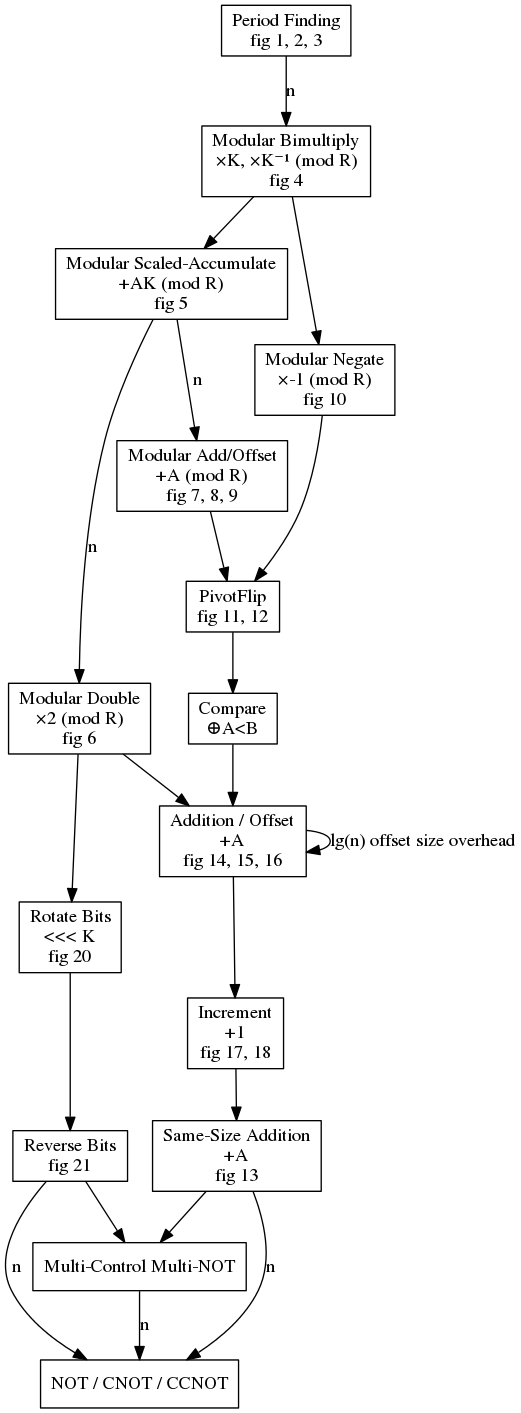
Strilanc/PaperImpl-2017-DirtyPeriodFinding keeps this Graphviz diagram as doc/assets/dependencies.png. Above is the earlier version. Its source is kept beside it as doc/assets/dependencies.gv.
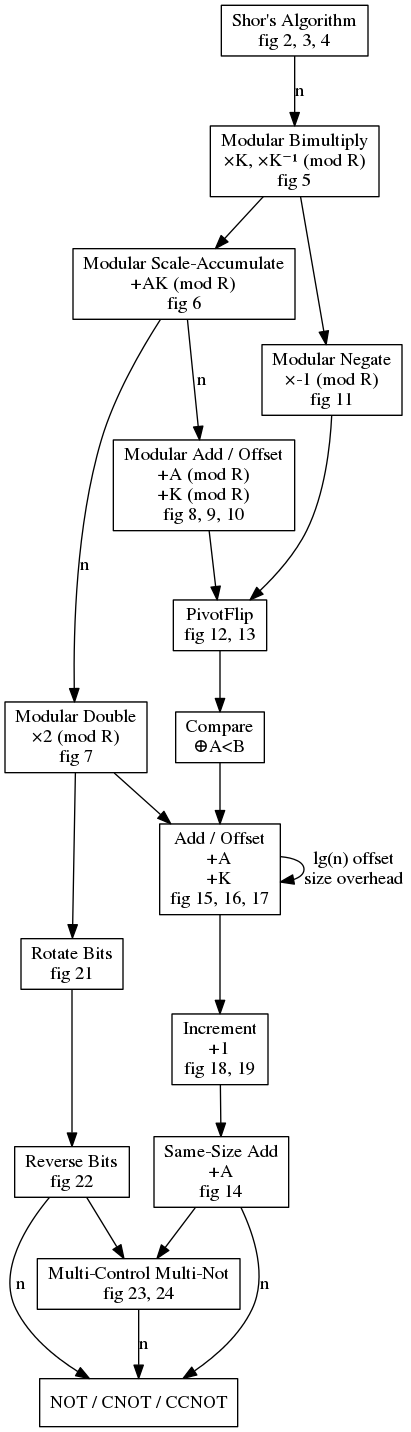
After the change.

The edit, as a diff of the source:
```diff
@@ -2,18 +2,18 @@
 digraph G {
   node [shape=box]
 
-  PeriodFinding [label="Period Finding\nfig 2, 3, 4"]
+  PeriodFinding [label="Shor's Algorithm\nfig 2, 3, 4"]
   ModularPairedMultiply [label="Modular Bimultiply\n×K, ×K⁻¹ (mod R)\nfig 5"]
-  ModularMultiplyAccumulate [label="Modular Scaled-Accumulate\n+AK (mod R)\nfig 6"]
+  ModularMultiplyAccumulate [label="Modular Scale-Accumulate\n+AK (mod R)\nfig 6"]
   ModularDouble [label="Modular Double\n×2 (mod R)\nfig 7"]
-  ModularAdd [label="Modular Add/Offset\n+A (mod R)\nfig 8, 9, 10"]
+  ModularAdd [label="Modular Add / Offset\n+A (mod R)\n+K (mod R)\nfig 8, 9, 10"]
   ModularNegate [label="Modular Negate\n×-1 (mod R)\nfig 11"]
   PivotFlip [label="PivotFlip\nfig 12, 13"]
   Compare [label="Compare\n⊕A<B"]
-  SameSizeAdd [label="Same-Size Addition\n+A\nfig 14"]
-  Add [label="Addition / Offset\n+A\nfig 15, 16, 17"]
+  SameSizeAdd [label="Same-Size Add\n+A\nfig 14"]
+  Add [label="Add / Offset\n+A\n+K\nfig 15, 16, 17"]
   Increment [label="Increment\n+1\nfig 18, 19"]
-  RotateBits [label="Rotate Bits\n<<< K\nfig 21"]
+  RotateBits [label="Rotate Bits\nfig 21"]
   ReverseBits [label="Reverse Bits\nfig 22"]
   MultiNot [label="Multi-Control Multi-Not\nfig 23, 24"]
   Leaf [label="NOT / CNOT / CCNOT"]
@@ -47,7 +47,7 @@
 
   edge [label=""]
   Add -> Increment
-  edge [label="lg(n) offset size overhead"]
+  edge [label="lg(n) offset\nsize overhead"]
   Add -> Add
 
   edge [label=""]
```
